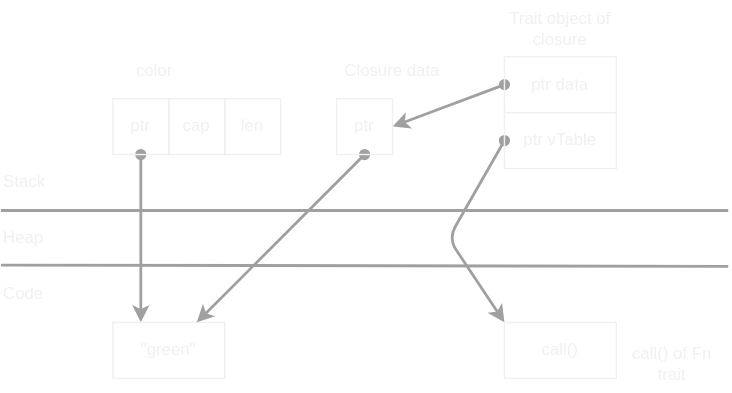
The draw.io diagram docs/rust/closure/images/fn_closure.drawio.svg in htgithub194/self-study, before a commit. Source tidied: cells renumbered, new cells last; positions are measured from the earlier drawing's top-left corner, leaving out a move shared by most shapes.
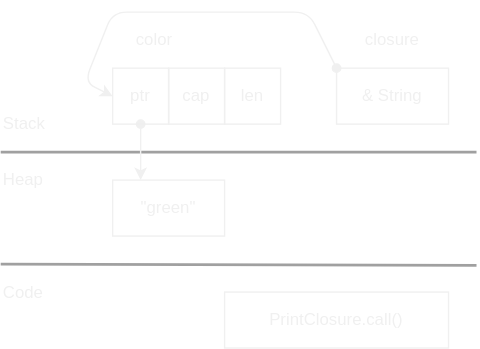
Later version of the same file.

The edit, as a diff of the source:
```diff
@@ -2,13 +2,10 @@
   <root>
     <mxCell id="0" />
     <mxCell id="1" parent="0" />
-    <mxCell id="2" value="Closure data" style="text;html=1;strokeColor=none;fillColor=none;align=center;verticalAlign=middle;whiteSpace=wrap;rounded=0;fontColor=#F0F0F0;" parent="1" vertex="1">
-      <mxGeometry x="240" y="30" width="80" height="40" as="geometry" />
-    </mxCell>
     <mxCell id="3" style="endArrow=none;html=1;strokeColor=#A0A0A0;strokeWidth=2;" parent="1" edge="1">
       <mxGeometry relative="1" as="geometry">
         <mxPoint y="150" as="sourcePoint" />
-        <mxPoint x="520" y="150" as="targetPoint" />
+        <mxPoint x="340" y="150" as="targetPoint" />
       </mxGeometry>
     </mxCell>
     <mxCell id="4" value="Heap" style="text;html=1;strokeColor=none;fillColor=none;align=left;verticalAlign=middle;whiteSpace=wrap;rounded=0;fontColor=#F0F0F0;" parent="1" vertex="1">
@@ -17,63 +14,50 @@
     <mxCell id="5" value="Stack" style="text;html=1;strokeColor=none;fillColor=none;align=left;verticalAlign=middle;whiteSpace=wrap;rounded=0;fontColor=#F0F0F0;" parent="1" vertex="1">
       <mxGeometry y="110" width="80" height="40" as="geometry" />
     </mxCell>
-    <mxCell id="6" style="edgeStyle=none;html=1;entryX=0.25;entryY=0;entryDx=0;entryDy=0;strokeColor=#A0A0A0;fontColor=#F0F0F0;strokeWidth=2;startArrow=oval;startFill=1;" parent="1" edge="1" source="7" target="13">
+    <mxCell id="6" style="edgeStyle=none;html=1;entryX=0.25;entryY=0;entryDx=0;entryDy=0;strokeColor=#F0F0F0;fontColor=#F0F0F0;strokeWidth=1;startArrow=oval;startFill=1;" parent="1" edge="1" source="7" target="13">
       <mxGeometry relative="1" as="geometry" />
     </mxCell>
     <mxCell id="7" value="ptr" style="rounded=0;whiteSpace=wrap;html=1;flipH=1;flipV=1;fillColor=none;fontColor=#F0F0F0;strokeColor=#F0F0F0;" parent="1" vertex="1">
-      <mxGeometry x="80" y="70" width="40" height="40" as="geometry" />
+      <mxGeometry x="80" y="90" width="40" height="40" as="geometry" />
     </mxCell>
     <mxCell id="8" value="cap" style="rounded=0;whiteSpace=wrap;html=1;flipH=1;flipV=1;fillColor=none;fontColor=#F0F0F0;strokeColor=#F0F0F0;" parent="1" vertex="1">
-      <mxGeometry x="120" y="70" width="40" height="40" as="geometry" />
+      <mxGeometry x="120" y="90" width="40" height="40" as="geometry" />
     </mxCell>
     <mxCell id="9" value="len" style="rounded=0;whiteSpace=wrap;html=1;flipH=1;flipV=1;fillColor=none;fontColor=#F0F0F0;strokeColor=#F0F0F0;" parent="1" vertex="1">
-      <mxGeometry x="160" y="70" width="40" height="40" as="geometry" />
+      <mxGeometry x="160" y="90" width="40" height="40" as="geometry" />
     </mxCell>
     <mxCell id="10" value="color" style="text;html=1;strokeColor=none;fillColor=none;align=center;verticalAlign=middle;whiteSpace=wrap;rounded=0;fontColor=#F0F0F0;" parent="1" vertex="1">
-      <mxGeometry x="80" y="30" width="60" height="40" as="geometry" />
+      <mxGeometry x="80" y="50" width="60" height="40" as="geometry" />
     </mxCell>
     <mxCell id="11" value="Code" style="text;html=1;strokeColor=none;fillColor=none;align=left;verticalAlign=middle;whiteSpace=wrap;rounded=0;fontColor=#F0F0F0;" parent="1" vertex="1">
-      <mxGeometry y="190" width="80" height="40" as="geometry" />
+      <mxGeometry y="231" width="80" height="40" as="geometry" />
     </mxCell>
     <mxCell id="12" style="endArrow=none;html=1;strokeColor=#A0A0A0;strokeWidth=2;" parent="1" edge="1">
       <mxGeometry relative="1" as="geometry">
-        <mxPoint y="189" as="sourcePoint" />
-        <mxPoint x="520" y="190" as="targetPoint" />
+        <mxPoint y="230" as="sourcePoint" />
+        <mxPoint x="340" y="231" as="targetPoint" />
       </mxGeometry>
     </mxCell>
     <mxCell id="13" value="&quot;green&quot;" style="rounded=0;whiteSpace=wrap;html=1;flipH=1;flipV=1;fillColor=none;fontColor=#F0F0F0;strokeColor=#F0F0F0;" parent="1" vertex="1">
-      <mxGeometry x="80" y="230" width="80" height="40" as="geometry" />
+      <mxGeometry x="80" y="170" width="80" height="40" as="geometry" />
     </mxCell>
-    <mxCell id="14" style="edgeStyle=none;html=1;entryX=1;entryY=0.5;entryDx=0;entryDy=0;strokeColor=#A0A0A0;strokeWidth=2;startArrow=oval;startFill=1;exitX=0;exitY=0.5;exitDx=0;exitDy=0;" parent="1" edge="1" source="15" target="21">
-      <mxGeometry relative="1" as="geometry" />
-    </mxCell>
+    <mxCell id="22" style="edgeStyle=none;html=1;entryX=0;entryY=0.5;entryDx=0;entryDy=0;exitX=0;exitY=0;exitDx=0;exitDy=0;strokeColor=#F0F0F0;startArrow=oval;startFill=1;" parent="1" edge="1" source="15" target="7">
+      <mxGeometry relative="1" as="geometry">
+        <Array as="points">
+          <mxPoint x="220" y="50" />
+          <mxPoint x="80" y="50" />
+          <mxPoint x="60" y="100" />
+        </Array>
+      </mxGeometry>
+    </mxCell>
-    <mxCell id="15" value="ptr data" style="rounded=0;whiteSpace=wrap;html=1;flipH=1;flipV=1;fillColor=none;fontColor=#F0F0F0;strokeColor=#F0F0F0;" parent="1" vertex="1">
-      <mxGeometry x="360" y="40" width="80" height="40" as="geometry" />
+    <mxCell id="15" value="&amp;amp; String" style="rounded=0;whiteSpace=wrap;html=1;flipH=1;flipV=1;fillColor=none;fontColor=#F0F0F0;strokeColor=#F0F0F0;" parent="1" vertex="1">
+      <mxGeometry x="240" y="90" width="80" height="40" as="geometry" />
     </mxCell>
-    <mxCell id="16" style="edgeStyle=none;html=1;entryX=0;entryY=0;entryDx=0;entryDy=0;strokeColor=#A0A0A0;strokeWidth=2;fontColor=#F0F0F0;startArrow=oval;startFill=1;exitX=0;exitY=0.5;exitDx=0;exitDy=0;" parent="1" edge="1" source="17" target="19">
-      <mxGeometry relative="1" as="geometry">
-        <Array as="points">
-          <mxPoint x="320" y="170" />
-        </Array>
-      </mxGeometry>
-    </mxCell>
-    <mxCell id="17" value="ptr vTable" style="rounded=0;whiteSpace=wrap;html=1;flipH=1;flipV=1;fillColor=none;fontColor=#F0F0F0;strokeColor=#F0F0F0;" parent="1" vertex="1">
-      <mxGeometry x="360" y="80" width="80" height="40" as="geometry" />
-    </mxCell>
-    <mxCell id="18" value="Trait object of closure" style="text;html=1;strokeColor=none;fillColor=none;align=center;verticalAlign=middle;whiteSpace=wrap;rounded=0;fontColor=#F0F0F0;" parent="1" vertex="1">
-      <mxGeometry x="360" width="80" height="40" as="geometry" />
+    <mxCell id="18" value="closure" style="text;html=1;strokeColor=none;fillColor=none;align=center;verticalAlign=middle;whiteSpace=wrap;rounded=0;fontColor=#F0F0F0;" parent="1" vertex="1">
+      <mxGeometry x="240" y="50" width="80" height="40" as="geometry" />
     </mxCell>
-    <mxCell id="19" value="call()" style="rounded=0;whiteSpace=wrap;html=1;flipH=1;flipV=1;fillColor=none;fontColor=#F0F0F0;strokeColor=#F0F0F0;" parent="1" vertex="1">
-      <mxGeometry x="360" y="230" width="80" height="40" as="geometry" />
+    <mxCell id="19" value="PrintClosure.call()" style="rounded=0;whiteSpace=wrap;html=1;flipH=1;flipV=1;fillColor=none;fontColor=#F0F0F0;strokeColor=#F0F0F0;" parent="1" vertex="1">
+      <mxGeometry x="160" y="250" width="160" height="40" as="geometry" />
     </mxCell>
-    <mxCell id="20" style="edgeStyle=none;html=1;strokeWidth=2;startArrow=oval;startFill=1;strokeColor=#A0A0A0;exitX=0.5;exitY=1;exitDx=0;exitDy=0;" parent="1" edge="1" source="21" target="13">
-      <mxGeometry relative="1" as="geometry" />
-    </mxCell>
-    <mxCell id="21" value="ptr" style="rounded=0;whiteSpace=wrap;html=1;flipH=1;flipV=1;fillColor=none;fontColor=#F0F0F0;strokeColor=#F0F0F0;" parent="1" vertex="1">
-      <mxGeometry x="240" y="70" width="40" height="40" as="geometry" />
-    </mxCell>
-    <mxCell id="22" value="call() of Fn trait" style="text;html=1;strokeColor=none;fillColor=none;align=center;verticalAlign=middle;whiteSpace=wrap;rounded=0;fontColor=#F0F0F0;" parent="1" vertex="1">
-      <mxGeometry x="440" y="240" width="80" height="40" as="geometry" />
-    </mxCell>
   </root>
 </mxGraphModel>
```
